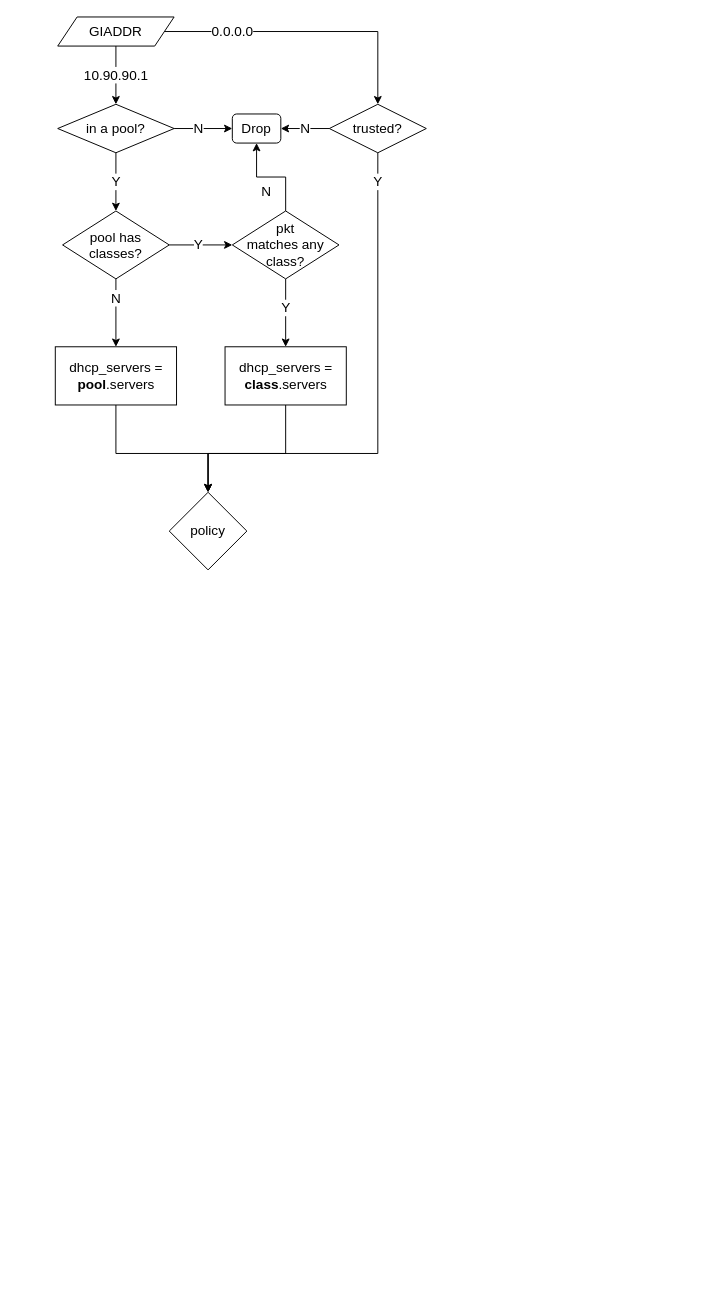
Before: DHCPRelay.drawio in alexksx/examples, a draw.io diagram. Source tidied: cells renumbered, new cells numbered last; positions are measured from the earlier drawing's top-left corner, leaving out a move shared by most shapes. Both pictures are drawn from the tidied source at 97%, with x=0, y=0 at pixel (55, 16).
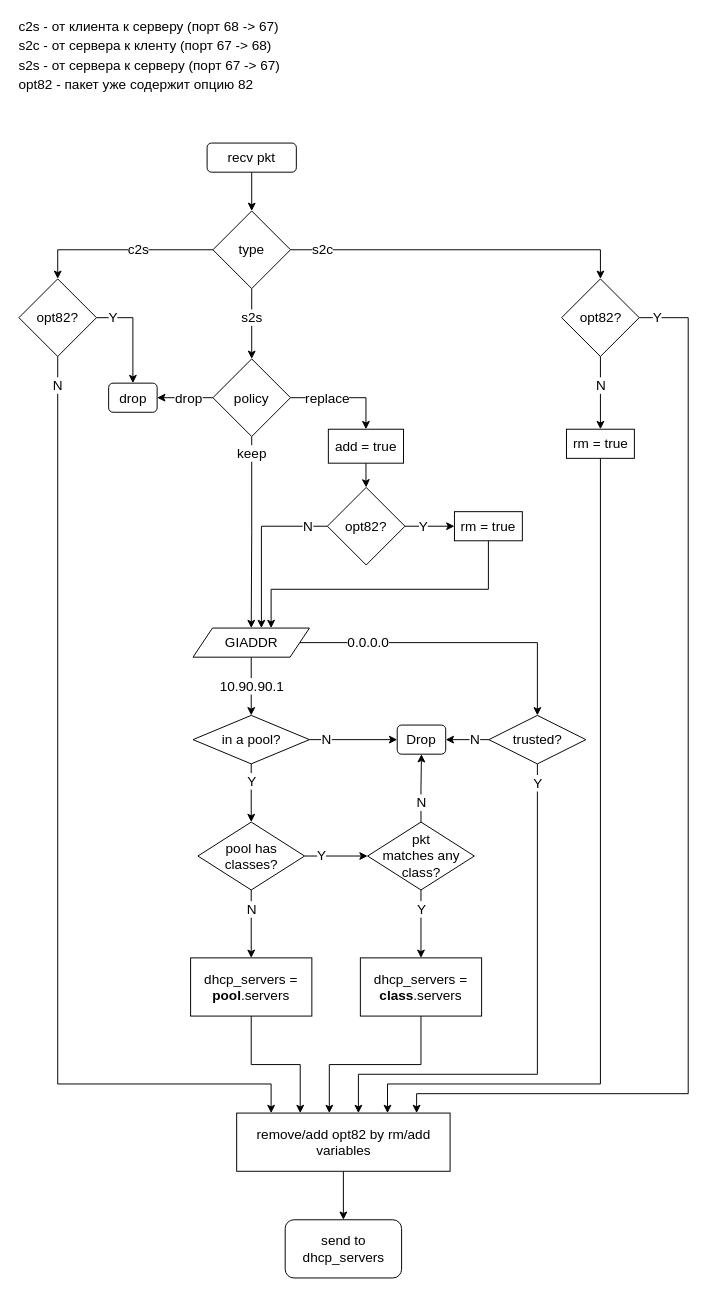
The same page after the edit.

What changed in the source:
```diff
@@
     <mxCell id="2" style="edgeStyle=orthogonalEdgeStyle;rounded=0;jettySize=auto;html=1;exitX=1;exitY=0.5;exitDx=0;exitDy=0;entryX=0.5;entryY=0;entryDx=0;entryDy=0;" parent="1" edge="1" source="4" target="13">
       <mxGeometry relative="1" as="geometry">
         <Array as="points">
-          <mxPoint x="332" y="15" />
+          <mxPoint x="497" y="645" />
         </Array>
       </mxGeometry>
     </mxCell>
@@
     <mxCell id="4" value="GIADDR" style="shape=parallelogram;perimeter=parallelogramPerimeter;whiteSpace=wrap;html=1;fixedSize=1;fontSize=14;" parent="1" vertex="1">
-      <mxGeometry x="2" width="120" height="30" as="geometry" />
+      <mxGeometry x="141.5" y="630" width="120" height="30" as="geometry" />
     </mxCell>
     <mxCell id="5" value="&lt;div style=&quot;font-size: 14px;&quot;&gt;10.90.90.1&lt;/div&gt;" style="text;html=1;align=center;verticalAlign=middle;labelBackgroundColor=#ffffff;fontSize=14;" parent="1" vertex="1">
-      <mxGeometry x="22" y="50" width="80" height="20" as="geometry" />
+      <mxGeometry x="161.5" y="680" width="80" height="20" as="geometry" />
     </mxCell>
@@
     <mxCell id="8" value="in a pool?" style="rhombus;whiteSpace=wrap;html=1;labelBackgroundColor=#ffffff;fontSize=14;" parent="1" vertex="1">
-      <mxGeometry x="2" y="90" width="120" height="50" as="geometry" />
+      <mxGeometry x="141.5" y="720" width="120" height="50" as="geometry" />
     </mxCell>
     <mxCell id="9" value="Drop" style="rounded=1;whiteSpace=wrap;html=1;labelBackgroundColor=#ffffff;fontSize=14;" parent="1" vertex="1">
-      <mxGeometry x="182" y="100" width="50" height="30" as="geometry" />
+      <mxGeometry x="352" y="730" width="50" height="30" as="geometry" />
     </mxCell>
     <mxCell id="10" value="N" style="text;html=1;align=center;verticalAlign=middle;fontSize=14;labelBackgroundColor=#ffffff;" parent="1" vertex="1">
-      <mxGeometry x="132" y="105" width="30" height="20" as="geometry" />
+      <mxGeometry x="263.5" y="735" width="30" height="20" as="geometry" />
     </mxCell>
@@
-    <mxCell id="12" style="edgeStyle=orthogonalEdgeStyle;rounded=0;jettySize=auto;html=1;fontSize=14;entryX=0.5;entryY=0;entryDx=0;entryDy=0;" parent="1" edge="1" source="13" target="31">
+    <mxCell id="12" style="edgeStyle=orthogonalEdgeStyle;rounded=0;jettySize=auto;html=1;fontSize=14;" parent="1" edge="1" source="13" target="34">
       <mxGeometry relative="1" as="geometry">
         <Array as="points">
-          <mxPoint x="332" y="450" />
-          <mxPoint x="157" y="450" />
+          <mxPoint x="497" y="1090" />
+          <mxPoint x="312" y="1090" />
         </Array>
       </mxGeometry>
     </mxCell>
     <mxCell id="13" value="trusted?" style="rhombus;whiteSpace=wrap;html=1;labelBackgroundColor=#ffffff;fontSize=14;" parent="1" vertex="1">
-      <mxGeometry x="282" y="90" width="100" height="50" as="geometry" />
+      <mxGeometry x="446.5" y="720" width="100" height="50" as="geometry" />
     </mxCell>
     <mxCell id="14" value="0.0.0.0" style="text;html=1;align=center;verticalAlign=middle;fontSize=14;labelBackgroundColor=#ffffff;" parent="1" vertex="1">
-      <mxGeometry x="152" y="5" width="60" height="20" as="geometry" />
+      <mxGeometry x="291.5" y="635" width="60" height="20" as="geometry" />
     </mxCell>
     <mxCell id="15" value="N" style="text;html=1;align=center;verticalAlign=middle;fontSize=14;labelBackgroundColor=#ffffff;" parent="1" vertex="1">
-      <mxGeometry x="242" y="105" width="30" height="20" as="geometry" />
+      <mxGeometry x="416.5" y="735" width="30" height="20" as="geometry" />
     </mxCell>
     <mxCell id="16" value="Y" style="text;html=1;align=center;verticalAlign=middle;fontSize=14;labelBackgroundColor=#ffffff;" parent="1" vertex="1">
-      <mxGeometry x="52" y="160" width="20" height="20" as="geometry" />
+      <mxGeometry x="191.5" y="778" width="20" height="20" as="geometry" />
     </mxCell>
@@
     <mxCell id="19" value="pool has classes?" style="rhombus;whiteSpace=wrap;html=1;labelBackgroundColor=none;fontSize=14;" parent="1" vertex="1">
-      <mxGeometry x="7" y="200" width="110" height="70" as="geometry" />
+      <mxGeometry x="146.5" y="830" width="110" height="70" as="geometry" />
     </mxCell>
+    <mxCell id="21" style="edgeStyle=orthogonalEdgeStyle;rounded=0;jettySize=auto;html=1;fontSize=14;entryX=0.5;entryY=0;entryDx=0;entryDy=0;" parent="1" edge="1" source="22" target="30">
+      <mxGeometry relative="1" as="geometry" />
+    </mxCell>
-    <mxCell id="20" style="edgeStyle=orthogonalEdgeStyle;rounded=0;jettySize=auto;html=1;exitX=0.5;exitY=0;exitDx=0;exitDy=0;entryX=0.5;entryY=1;entryDx=0;entryDy=0;fontSize=14;" parent="1" edge="1" source="22" target="9">
+    <mxCell id="20" style="edgeStyle=orthogonalEdgeStyle;rounded=0;jettySize=auto;html=1;entryX=0.5;entryY=1;entryDx=0;entryDy=0;fontSize=14;" parent="1" edge="1" source="22" target="9">
       <mxGeometry relative="1" as="geometry" />
     </mxCell>
-    <mxCell id="21" style="edgeStyle=orthogonalEdgeStyle;rounded=0;jettySize=auto;html=1;fontSize=14;entryX=0.5;entryY=0;entryDx=0;entryDy=0;" parent="1" edge="1" source="22" target="30">
-      <mxGeometry relative="1" as="geometry" />
-    </mxCell>
     <mxCell id="22" value="&lt;div&gt;pkt&lt;/div&gt;&lt;div&gt; matches any class?&lt;/div&gt;" style="rhombus;whiteSpace=wrap;html=1;labelBackgroundColor=none;fontSize=14;" parent="1" vertex="1">
-      <mxGeometry x="182" y="200" width="110" height="70" as="geometry" />
+      <mxGeometry x="321.5" y="830" width="110" height="70" as="geometry" />
     </mxCell>
     <mxCell id="23" value="Y" style="text;html=1;align=center;verticalAlign=middle;fontSize=14;labelBackgroundColor=#ffffff;" parent="1" vertex="1">
-      <mxGeometry x="137" y="225" width="20" height="20" as="geometry" />
+      <mxGeometry x="263.5" y="855" width="20" height="20" as="geometry" />
     </mxCell>
     <mxCell id="24" value="N" style="text;html=1;align=center;verticalAlign=middle;fontSize=14;labelBackgroundColor=#ffffff;" parent="1" vertex="1">
-      <mxGeometry x="202" y="170" width="30" height="20" as="geometry" />
+      <mxGeometry x="362" y="800" width="30" height="20" as="geometry" />
     </mxCell>
     <mxCell id="25" value="N" style="text;html=1;align=center;verticalAlign=middle;fontSize=14;labelBackgroundColor=#ffffff;" parent="1" vertex="1">
-      <mxGeometry x="47" y="280" width="30" height="20" as="geometry" />
+      <mxGeometry x="186.5" y="910" width="30" height="20" as="geometry" />
     </mxCell>
     <mxCell id="26" value="Y" style="text;html=1;align=center;verticalAlign=middle;fontSize=14;labelBackgroundColor=#ffffff;" parent="1" vertex="1">
-      <mxGeometry x="227" y="290" width="20" height="20" as="geometry" />
+      <mxGeometry x="366.5" y="910" width="20" height="20" as="geometry" />
     </mxCell>
-    <mxCell id="27" style="edgeStyle=orthogonalEdgeStyle;rounded=0;jettySize=auto;html=1;entryX=0.5;entryY=0;entryDx=0;entryDy=0;fontSize=14;" parent="1" edge="1" source="28" target="31">
+    <mxCell id="27" style="edgeStyle=orthogonalEdgeStyle;rounded=0;jettySize=auto;html=1;fontSize=14;" parent="1" edge="1" source="28" target="34">
       <mxGeometry relative="1" as="geometry">
         <Array as="points">
-          <mxPoint x="62" y="450" />
-          <mxPoint x="157" y="450" />
+          <mxPoint x="202" y="1080" />
+          <mxPoint x="252" y="1080" />
         </Array>
       </mxGeometry>
     </mxCell>
     <mxCell id="28" value="dhcp_servers = &lt;b&gt;pool&lt;/b&gt;.servers" style="rounded=0;whiteSpace=wrap;html=1;labelBackgroundColor=none;fontSize=14;" parent="1" vertex="1">
-      <mxGeometry x="-0.5" y="340" width="125" height="60" as="geometry" />
+      <mxGeometry x="139" y="970" width="125" height="60" as="geometry" />
     </mxCell>
-    <mxCell id="29" style="edgeStyle=orthogonalEdgeStyle;rounded=0;jettySize=auto;html=1;entryX=0.5;entryY=0;entryDx=0;entryDy=0;fontSize=14;" parent="1" edge="1" source="30" target="31">
+    <mxCell id="29" style="edgeStyle=orthogonalEdgeStyle;rounded=0;jettySize=auto;html=1;fontSize=14;" parent="1" edge="1" source="30" target="34">
       <mxGeometry relative="1" as="geometry">
         <Array as="points">
-          <mxPoint x="237" y="450" />
-          <mxPoint x="157" y="450" />
+          <mxPoint x="377" y="1080" />
+          <mxPoint x="282" y="1080" />
         </Array>
       </mxGeometry>
     </mxCell>
     <mxCell id="30" value="dhcp_servers = &lt;b&gt;class&lt;/b&gt;.servers" style="rounded=0;whiteSpace=wrap;html=1;labelBackgroundColor=none;fontSize=14;" parent="1" vertex="1">
-      <mxGeometry x="174.5" y="340" width="125" height="60" as="geometry" />
+      <mxGeometry x="314" y="970" width="125" height="60" as="geometry" />
     </mxCell>
+    <mxCell id="32" value="Y" style="text;html=1;align=center;verticalAlign=middle;fontSize=14;labelBackgroundColor=#ffffff;" parent="1" vertex="1">
+      <mxGeometry x="486.5" y="780" width="20" height="20" as="geometry" />
+    </mxCell>
+    <mxCell id="33" style="edgeStyle=orthogonalEdgeStyle;rounded=0;jettySize=auto;html=1;entryX=0.5;entryY=0;entryDx=0;entryDy=0;fontSize=14;" parent="1" edge="1" source="34" target="35">
+      <mxGeometry relative="1" as="geometry" />
+    </mxCell>
+    <mxCell id="34" value="remove/add opt82 by rm/add variables" style="rounded=0;whiteSpace=wrap;html=1;labelBackgroundColor=none;fontSize=14;" parent="1" vertex="1">
+      <mxGeometry x="186.5" y="1130" width="220" height="60" as="geometry" />
+    </mxCell>
+    <mxCell id="35" value="send to dhcp_servers" style="rounded=1;whiteSpace=wrap;html=1;labelBackgroundColor=none;fontSize=14;" parent="1" vertex="1">
+      <mxGeometry x="236.5" y="1240" width="120" height="60" as="geometry" />
+    </mxCell>
+    <mxCell id="36" style="edgeStyle=orthogonalEdgeStyle;rounded=0;jettySize=auto;html=1;entryX=0.5;entryY=0;entryDx=0;entryDy=0;fontSize=14;" parent="1" edge="1" source="39" target="47">
+      <mxGeometry relative="1" as="geometry" />
+    </mxCell>
+    <mxCell id="37" style="edgeStyle=orthogonalEdgeStyle;rounded=0;jettySize=auto;html=1;entryX=0.5;entryY=0;entryDx=0;entryDy=0;fontSize=14;" parent="1" edge="1" source="39" target="51">
+      <mxGeometry relative="1" as="geometry" />
+    </mxCell>
+    <mxCell id="38" style="edgeStyle=orthogonalEdgeStyle;rounded=0;jettySize=auto;html=1;fontSize=14;" parent="1" edge="1" source="39" target="31">
+      <mxGeometry relative="1" as="geometry" />
+    </mxCell>
+    <mxCell id="39" value="type" style="rhombus;whiteSpace=wrap;html=1;labelBackgroundColor=none;fontSize=14;" parent="1" vertex="1">
+      <mxGeometry x="162" y="200" width="80" height="80" as="geometry" />
+    </mxCell>
+    <mxCell id="40" style="edgeStyle=orthogonalEdgeStyle;rounded=0;jettySize=auto;html=1;entryX=0.5;entryY=0;entryDx=0;entryDy=0;fontSize=14;" parent="1" edge="1" source="41" target="39">
+      <mxGeometry relative="1" as="geometry" />
+    </mxCell>
+    <mxCell id="41" value="recv pkt" style="rounded=1;whiteSpace=wrap;html=1;labelBackgroundColor=none;fontSize=14;" parent="1" vertex="1">
+      <mxGeometry x="156" y="130" width="92" height="30" as="geometry" />
+    </mxCell>
+    <mxCell id="42" value="c2s - от клиента к серверу (порт 68 -&amp;gt; 67)" style="text;html=1;align=left;verticalAlign=middle;fontSize=14;" parent="1" vertex="1">
+      <mxGeometry x="-40.5" width="280" height="20" as="geometry" />
+    </mxCell>
+    <mxCell id="43" value="s2c - от сервера к кленту (порт 67 -&amp;gt; 68)" style="text;html=1;align=left;verticalAlign=middle;fontSize=14;" parent="1" vertex="1">
+      <mxGeometry x="-40.5" y="20" width="280" height="20" as="geometry" />
+    </mxCell>
+    <mxCell id="44" value="s2s - от сервера к серверу (порт 67 -&amp;gt; 67)" style="text;html=1;align=left;verticalAlign=middle;fontSize=14;" parent="1" vertex="1">
+      <mxGeometry x="-40.5" y="40" width="290" height="20" as="geometry" />
+    </mxCell>
+    <mxCell id="45" style="edgeStyle=orthogonalEdgeStyle;rounded=0;jettySize=auto;html=1;fontSize=14;exitX=0.5;exitY=1;exitDx=0;exitDy=0;" parent="1" edge="1" source="57" target="34">
+      <mxGeometry relative="1" as="geometry">
+        <Array as="points">
+          <mxPoint x="562" y="1100" />
+          <mxPoint x="342" y="1100" />
+        </Array>
+      </mxGeometry>
+    </mxCell>
+    <mxCell id="46" style="edgeStyle=orthogonalEdgeStyle;rounded=0;jettySize=auto;html=1;entryX=0.5;entryY=0;entryDx=0;entryDy=0;fontSize=14;" parent="1" edge="1" source="47" target="57">
+      <mxGeometry relative="1" as="geometry" />
+    </mxCell>
+    <mxCell id="47" value="opt82?" style="rhombus;whiteSpace=wrap;html=1;labelBackgroundColor=none;fontSize=14;align=center;" parent="1" vertex="1">
+      <mxGeometry x="521.5" y="270" width="80" height="80" as="geometry" />
+    </mxCell>
+    <mxCell id="48" value="s2c" style="text;html=1;align=center;verticalAlign=middle;fontSize=14;labelBackgroundColor=#ffffff;labelBorderColor=none;" parent="1" vertex="1">
+      <mxGeometry x="255" y="230" width="40" height="20" as="geometry" />
+    </mxCell>
+    <mxCell id="49" style="edgeStyle=orthogonalEdgeStyle;rounded=0;jettySize=auto;html=1;entryX=0.5;entryY=0;entryDx=0;entryDy=0;fontSize=14;" parent="1" edge="1" source="51" target="54">
+      <mxGeometry relative="1" as="geometry" />
+    </mxCell>
+    <mxCell id="50" style="edgeStyle=orthogonalEdgeStyle;rounded=0;jettySize=auto;html=1;fontSize=14;" parent="1" edge="1" source="51" target="34">
+      <mxGeometry relative="1" as="geometry">
+        <Array as="points">
+          <mxPoint x="2" y="1100" />
+          <mxPoint x="222" y="1100" />
+        </Array>
+      </mxGeometry>
+    </mxCell>
+    <mxCell id="51" value="&lt;div align=&quot;center&quot;&gt;opt82?&lt;/div&gt;" style="rhombus;whiteSpace=wrap;html=1;labelBackgroundColor=#ffffff;fontSize=14;align=center;" parent="1" vertex="1">
+      <mxGeometry x="-38" y="270" width="80" height="80" as="geometry" />
+    </mxCell>
+    <mxCell id="52" value="c2s" style="text;html=1;align=center;verticalAlign=middle;fontSize=14;labelBackgroundColor=#ffffff;labelBorderColor=none;" parent="1" vertex="1">
+      <mxGeometry x="64.5" y="230" width="40" height="20" as="geometry" />
+    </mxCell>
+    <mxCell id="53" value="opt82 - пакет уже содержит опцию 82" style="text;html=1;align=left;verticalAlign=middle;fontSize=14;" parent="1" vertex="1">
+      <mxGeometry x="-40.5" y="60" width="260" height="20" as="geometry" />
+    </mxCell>
+    <mxCell id="54" value="drop" style="rounded=1;whiteSpace=wrap;html=1;labelBackgroundColor=#ffffff;fontSize=14;align=center;" parent="1" vertex="1">
+      <mxGeometry x="54.5" y="377.5" width="50" height="30" as="geometry" />
+    </mxCell>
+    <mxCell id="55" value="Y" style="text;html=1;align=center;verticalAlign=middle;fontSize=14;labelBackgroundColor=#ffffff;labelBorderColor=none;" parent="1" vertex="1">
+      <mxGeometry x="48.5" y="300" width="20" height="20" as="geometry" />
+    </mxCell>
+    <mxCell id="56" style="edgeStyle=orthogonalEdgeStyle;rounded=0;jettySize=auto;html=1;fontSize=14;exitX=1;exitY=0.5;exitDx=0;exitDy=0;" parent="1" edge="1" source="47" target="34">
+      <mxGeometry relative="1" as="geometry">
+        <Array as="points">
+          <mxPoint x="652" y="310" />
+          <mxPoint x="652" y="1110" />
+          <mxPoint x="372" y="1110" />
+        </Array>
+      </mxGeometry>
+    </mxCell>
+    <mxCell id="57" value="rm = true" style="rounded=0;whiteSpace=wrap;html=1;labelBackgroundColor=#ffffff;fontSize=14;align=center;" parent="1" vertex="1">
+      <mxGeometry x="526.5" y="425" width="70" height="30" as="geometry" />
+    </mxCell>
+    <mxCell id="58" value="Y" style="text;html=1;align=center;verticalAlign=middle;fontSize=14;labelBackgroundColor=#ffffff;labelBorderColor=none;" parent="1" vertex="1">
+      <mxGeometry x="609.5" y="300" width="20" height="20" as="geometry" />
+    </mxCell>
+    <mxCell id="59" style="edgeStyle=orthogonalEdgeStyle;rounded=0;jettySize=auto;html=1;entryX=1;entryY=0.5;entryDx=0;entryDy=0;fontSize=14;" parent="1" edge="1" source="31" target="54">
+      <mxGeometry relative="1" as="geometry" />
+    </mxCell>
+    <mxCell id="60" style="edgeStyle=orthogonalEdgeStyle;rounded=0;jettySize=auto;html=1;entryX=0.5;entryY=0;entryDx=0;entryDy=0;fontSize=14;" parent="1" edge="1" source="31" target="64">
+      <mxGeometry relative="1" as="geometry" />
+    </mxCell>
+    <mxCell id="61" style="edgeStyle=orthogonalEdgeStyle;rounded=0;jettySize=auto;html=1;fontSize=14;" parent="1" edge="1" source="31" target="4">
+      <mxGeometry relative="1" as="geometry" />
+    </mxCell>
     <mxCell id="31" value="policy" style="rhombus;whiteSpace=wrap;html=1;labelBackgroundColor=none;fontSize=14;" parent="1" vertex="1">
-      <mxGeometry x="117" y="490" width="80" height="80" as="geometry" />
+      <mxGeometry x="162" y="352.5" width="80" height="80" as="geometry" />
     </mxCell>
-    <mxCell id="32" value="Y" style="text;html=1;align=center;verticalAlign=middle;fontSize=14;labelBackgroundColor=#ffffff;" parent="1" vertex="1">
-      <mxGeometry x="322" y="160" width="20" height="20" as="geometry" />
-    </mxCell>
+    <mxCell id="62" value="s2s" style="text;html=1;align=center;verticalAlign=middle;fontSize=14;labelBackgroundColor=#ffffff;labelBorderColor=none;" parent="1" vertex="1">
+      <mxGeometry x="182" y="300" width="40" height="20" as="geometry" />
+    </mxCell>
+    <mxCell id="63" style="edgeStyle=orthogonalEdgeStyle;rounded=0;jettySize=auto;html=1;entryX=0.5;entryY=0;entryDx=0;entryDy=0;fontSize=14;" parent="1" edge="1" source="64" target="70">
+      <mxGeometry relative="1" as="geometry" />
+    </mxCell>
+    <mxCell id="64" value="add = true" style="rounded=0;whiteSpace=wrap;html=1;labelBackgroundColor=#ffffff;fontSize=14;align=center;" parent="1" vertex="1">
+      <mxGeometry x="281" y="425" width="77.5" height="35" as="geometry" />
+    </mxCell>
+    <mxCell id="65" value="drop" style="text;html=1;align=center;verticalAlign=middle;fontSize=14;labelBackgroundColor=#ffffff;labelBorderColor=none;" parent="1" vertex="1">
+      <mxGeometry x="116.5" y="382.5" width="40" height="20" as="geometry" />
+    </mxCell>
+    <mxCell id="66" value="replace" style="text;html=1;align=center;verticalAlign=middle;fontSize=14;labelBackgroundColor=#ffffff;labelBorderColor=none;" parent="1" vertex="1">
+      <mxGeometry x="249.5" y="382.5" width="60" height="20" as="geometry" />
+    </mxCell>
+    <mxCell id="67" value="keep" style="text;html=1;align=center;verticalAlign=middle;fontSize=14;labelBackgroundColor=#ffffff;labelBorderColor=none;" parent="1" vertex="1">
+      <mxGeometry x="176.5" y="440" width="50" height="20" as="geometry" />
+    </mxCell>
+    <mxCell id="68" style="edgeStyle=orthogonalEdgeStyle;rounded=0;jettySize=auto;html=1;entryX=0;entryY=0.5;entryDx=0;entryDy=0;fontSize=14;" parent="1" edge="1" source="70" target="72">
+      <mxGeometry relative="1" as="geometry" />
+    </mxCell>
+    <mxCell id="69" style="edgeStyle=orthogonalEdgeStyle;rounded=0;jettySize=auto;html=1;fontSize=14;" parent="1" edge="1" source="70" target="4">
+      <mxGeometry relative="1" as="geometry">
+        <Array as="points">
+          <mxPoint x="212" y="525" />
+        </Array>
+      </mxGeometry>
+    </mxCell>
+    <mxCell id="70" value="opt82?" style="rhombus;whiteSpace=wrap;html=1;labelBackgroundColor=none;fontSize=14;align=center;" parent="1" vertex="1">
+      <mxGeometry x="280" y="485" width="80" height="80" as="geometry" />
+    </mxCell>
+    <mxCell id="71" style="edgeStyle=orthogonalEdgeStyle;rounded=0;jettySize=auto;html=1;fontSize=14;" parent="1" edge="1" source="72" target="4">
+      <mxGeometry relative="1" as="geometry">
+        <Array as="points">
+          <mxPoint x="446" y="590" />
+          <mxPoint x="222" y="590" />
+        </Array>
+      </mxGeometry>
+    </mxCell>
+    <mxCell id="72" value="rm = true" style="rounded=0;whiteSpace=wrap;html=1;labelBackgroundColor=#ffffff;fontSize=14;align=center;" parent="1" vertex="1">
+      <mxGeometry x="411" y="510" width="70" height="30" as="geometry" />
+    </mxCell>
+    <mxCell id="73" value="Y" style="text;html=1;align=center;verticalAlign=middle;fontSize=14;labelBackgroundColor=#ffffff;labelBorderColor=none;" parent="1" vertex="1">
+      <mxGeometry x="368.5" y="515" width="20" height="20" as="geometry" />
+    </mxCell>
+    <mxCell id="74" value="N" style="text;html=1;align=center;verticalAlign=middle;fontSize=14;labelBackgroundColor=#ffffff;labelBorderColor=none;" parent="1" vertex="1">
+      <mxGeometry x="244.5" y="515" width="30" height="20" as="geometry" />
+    </mxCell>
+    <mxCell id="75" value="N" style="text;html=1;align=center;verticalAlign=middle;fontSize=14;labelBackgroundColor=#ffffff;labelBorderColor=none;" parent="1" vertex="1">
+      <mxGeometry x="-13" y="370" width="30" height="20" as="geometry" />
+    </mxCell>
+    <mxCell id="76" value="N" style="text;html=1;align=center;verticalAlign=middle;fontSize=14;labelBackgroundColor=#ffffff;labelBorderColor=none;" parent="1" vertex="1">
+      <mxGeometry x="546.5" y="370" width="30" height="20" as="geometry" />
+    </mxCell>
```
